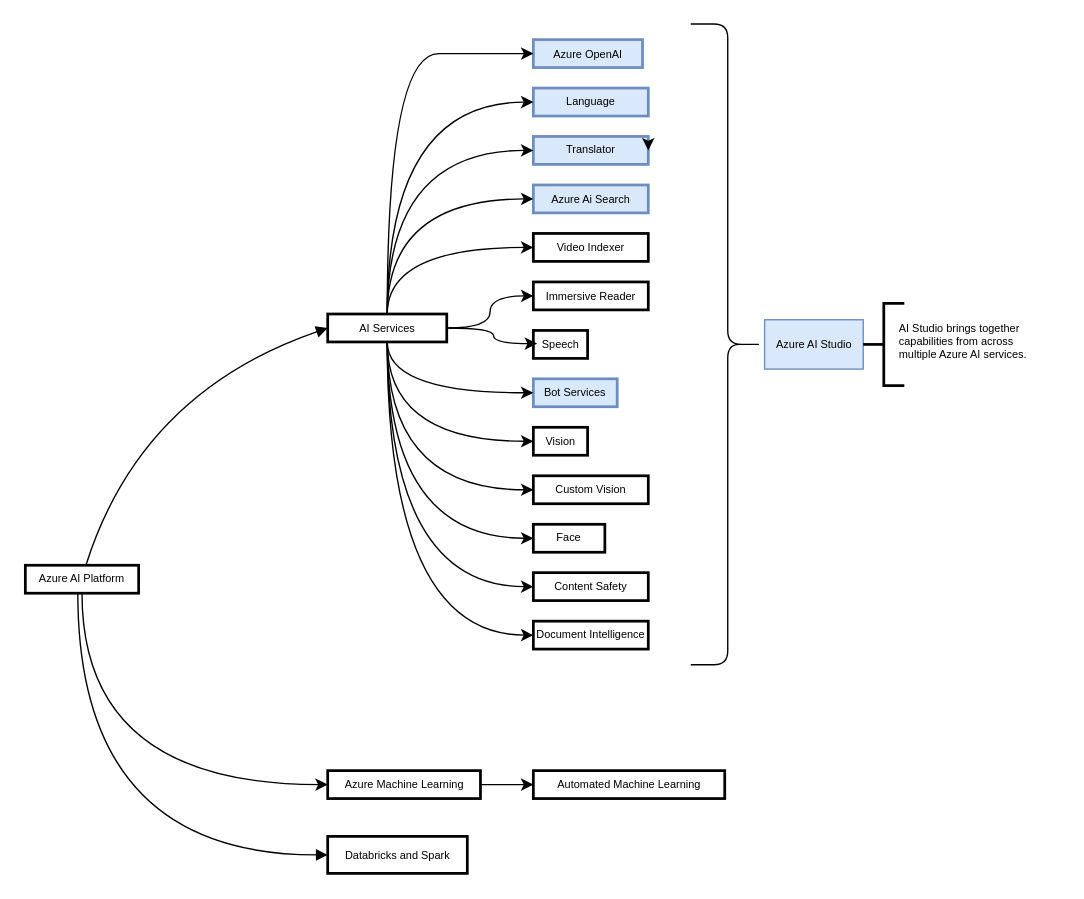
This is Azure Ai services.drawio from nmaia19/azure-ai, a draw.io file, before an edit. Source tidied: cells renumbered, new cells numbered last; positions are measured from the earlier drawing's top-left corner, leaving out a move shared by most shapes. Both pictures are drawn from the tidied source at 137%, with x=0, y=0 at pixel (25, 23).
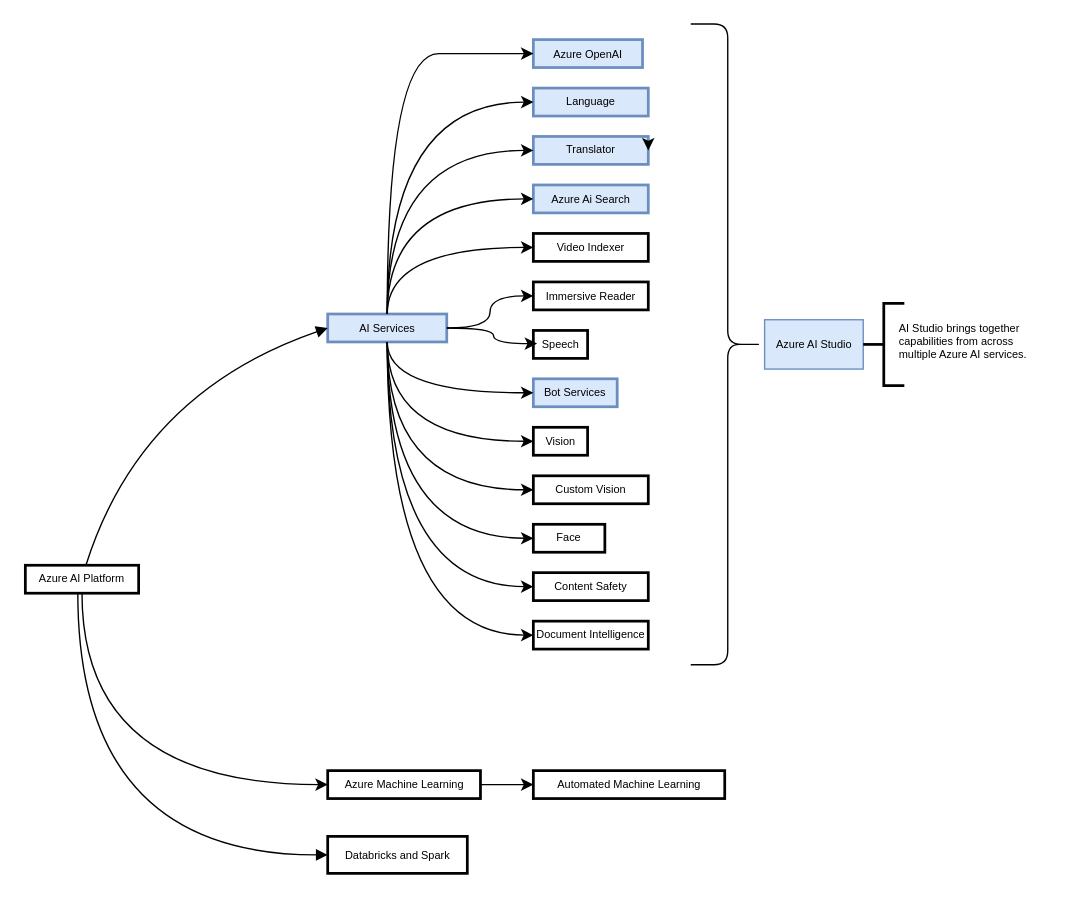
After the change.

The edit, as a diff of the source:
```diff
@@
-    <mxCell id="3" value="AI Services" style="whiteSpace=wrap;strokeWidth=2;fontSize=8;" parent="1" vertex="1">
+    <mxCell id="3" value="AI Services" style="whiteSpace=wrap;strokeWidth=2;fontSize=8;fillColor=#dae8fc;strokeColor=#6c8ebf;" parent="1" vertex="1">
       <mxGeometry x="220.7" y="211.7" width="86.9" height="20.4" as="geometry" />
     </mxCell>
```
